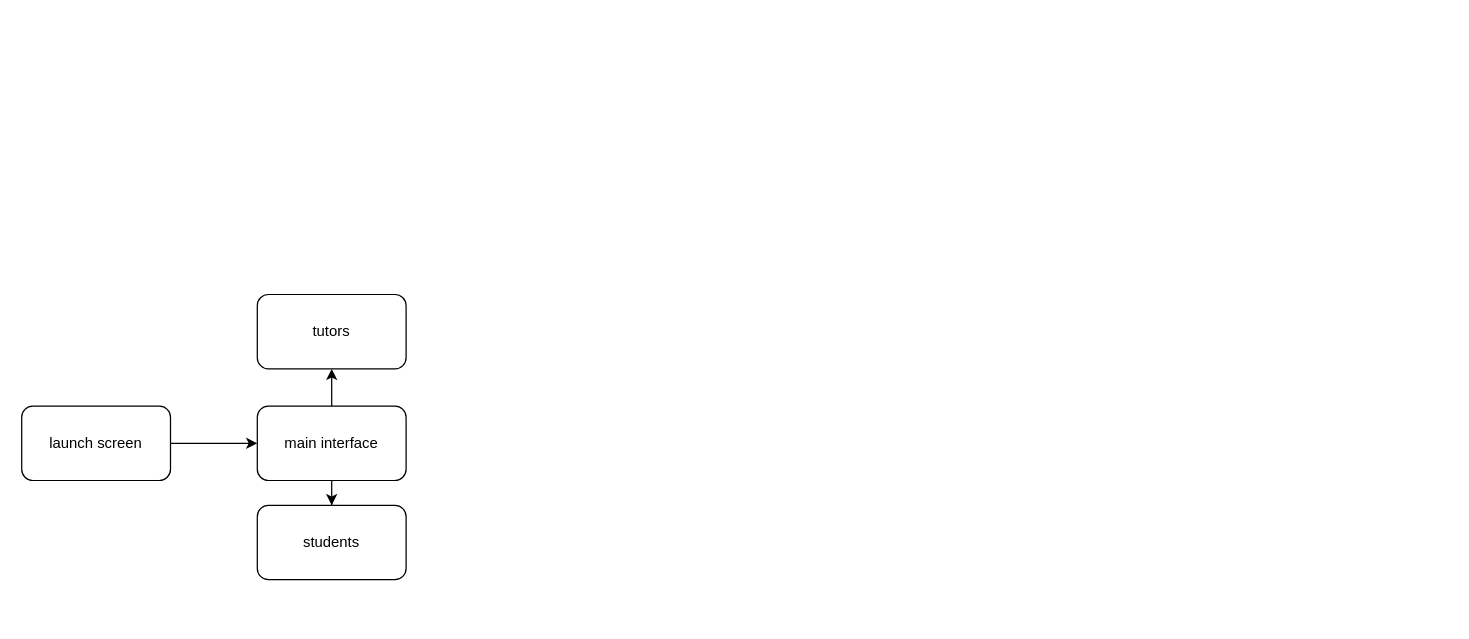
Above: Untitled Diagram.drawio in asylumexp/tutor-app (draw.io), before the change. Source tidied: cells renumbered, new cells numbered last; positions are measured from the earlier drawing's top-left corner, leaving out a move shared by most shapes. Both pictures are drawn from the tidied source at 124%, with x=0, y=0 at pixel (21, 294).
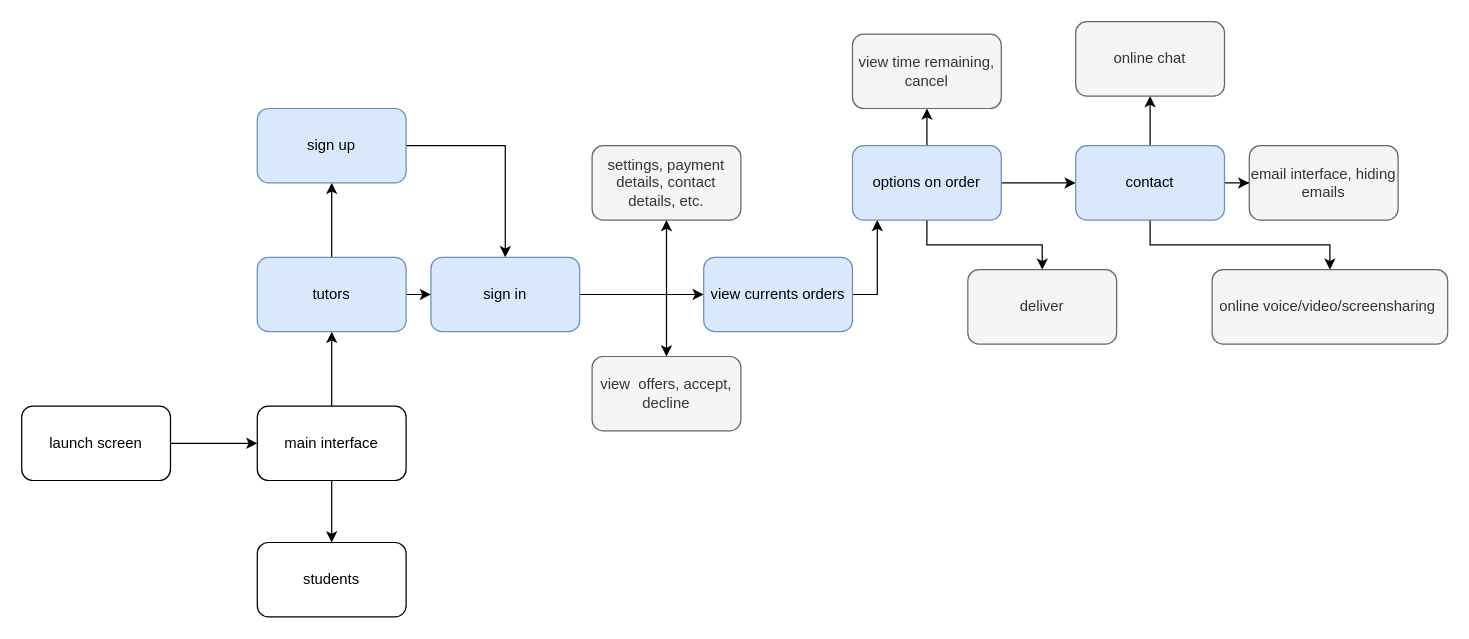
Above is the later version.

Diff of the diagram source:
```diff
@@
+    <mxCell id="9" style="edgeStyle=orthogonalEdgeStyle;rounded=0;jettySize=auto;html=1;" parent="1" edge="1" source="7" target="12">
+      <mxGeometry relative="1" as="geometry" />
+    </mxCell>
+    <mxCell id="10" style="edgeStyle=orthogonalEdgeStyle;rounded=0;jettySize=auto;html=1;" parent="1" edge="1" source="7" target="16">
+      <mxGeometry relative="1" as="geometry" />
+    </mxCell>
-    <mxCell id="7" value="tutors" style="rounded=1;whiteSpace=wrap;html=1;" parent="1" vertex="1">
-      <mxGeometry x="190" width="120" height="60" as="geometry" />
+    <mxCell id="7" value="tutors" style="rounded=1;whiteSpace=wrap;html=1;fillColor=#dae8fc;strokeColor=#6c8ebf;" parent="1" vertex="1">
+      <mxGeometry x="190" y="-30" width="120" height="60" as="geometry" />
     </mxCell>
     <mxCell id="8" value="students" style="rounded=1;whiteSpace=wrap;html=1;" parent="1" vertex="1">
-      <mxGeometry x="190" y="170" width="120" height="60" as="geometry" />
+      <mxGeometry x="190" y="200" width="120" height="60" as="geometry" />
     </mxCell>
+    <mxCell id="11" style="edgeStyle=orthogonalEdgeStyle;rounded=0;jettySize=auto;html=1;" parent="1" edge="1" source="12" target="16">
+      <mxGeometry relative="1" as="geometry" />
+    </mxCell>
+    <mxCell id="12" value="sign up&lt;br&gt;" style="rounded=1;whiteSpace=wrap;html=1;fillColor=#dae8fc;strokeColor=#6c8ebf;" parent="1" vertex="1">
+      <mxGeometry x="190" y="-150" width="120" height="60" as="geometry" />
+    </mxCell>
+    <mxCell id="13" style="edgeStyle=orthogonalEdgeStyle;rounded=0;jettySize=auto;html=1;" parent="1" edge="1" source="16" target="18">
+      <mxGeometry relative="1" as="geometry" />
+    </mxCell>
+    <mxCell id="14" style="edgeStyle=orthogonalEdgeStyle;rounded=0;jettySize=auto;html=1;" parent="1" edge="1" source="16" target="32">
+      <mxGeometry relative="1" as="geometry" />
+    </mxCell>
+    <mxCell id="15" style="edgeStyle=orthogonalEdgeStyle;rounded=0;jettySize=auto;html=1;" parent="1" edge="1" source="16" target="33">
+      <mxGeometry relative="1" as="geometry" />
+    </mxCell>
+    <mxCell id="16" value="sign in&lt;br&gt;" style="rounded=1;whiteSpace=wrap;html=1;fillColor=#dae8fc;strokeColor=#6c8ebf;" parent="1" vertex="1">
+      <mxGeometry x="330" y="-30" width="120" height="60" as="geometry" />
+    </mxCell>
+    <mxCell id="17" style="edgeStyle=orthogonalEdgeStyle;rounded=0;jettySize=auto;html=1;" parent="1" edge="1" source="18" target="22">
+      <mxGeometry relative="1" as="geometry">
+        <Array as="points">
+          <mxPoint x="690" />
+        </Array>
+      </mxGeometry>
+    </mxCell>
+    <mxCell id="18" value="view currents orders" style="rounded=1;whiteSpace=wrap;html=1;fillColor=#dae8fc;strokeColor=#6c8ebf;" parent="1" vertex="1">
+      <mxGeometry x="550" y="-30" width="120" height="60" as="geometry" />
+    </mxCell>
+    <mxCell id="19" style="edgeStyle=orthogonalEdgeStyle;rounded=0;jettySize=auto;html=1;" parent="1" edge="1" source="22" target="23">
+      <mxGeometry relative="1" as="geometry" />
+    </mxCell>
+    <mxCell id="20" style="edgeStyle=orthogonalEdgeStyle;rounded=0;jettySize=auto;html=1;" parent="1" edge="1" source="22" target="27">
+      <mxGeometry relative="1" as="geometry" />
+    </mxCell>
+    <mxCell id="21" style="edgeStyle=orthogonalEdgeStyle;rounded=0;jettySize=auto;html=1;" parent="1" edge="1" source="22" target="28">
+      <mxGeometry relative="1" as="geometry" />
+    </mxCell>
+    <mxCell id="22" value="options on order" style="rounded=1;whiteSpace=wrap;html=1;fillColor=#dae8fc;strokeColor=#6c8ebf;" parent="1" vertex="1">
+      <mxGeometry x="670" y="-120" width="120" height="60" as="geometry" />
+    </mxCell>
+    <mxCell id="23" value="view time remaining, cancel" style="rounded=1;whiteSpace=wrap;html=1;fillColor=#f5f5f5;fontColor=#333333;strokeColor=#666666;" parent="1" vertex="1">
+      <mxGeometry x="670" y="-210" width="120" height="60" as="geometry" />
+    </mxCell>
+    <mxCell id="24" style="edgeStyle=orthogonalEdgeStyle;rounded=0;jettySize=auto;html=1;" parent="1" edge="1" source="27" target="29">
+      <mxGeometry relative="1" as="geometry" />
+    </mxCell>
+    <mxCell id="25" style="edgeStyle=orthogonalEdgeStyle;rounded=0;jettySize=auto;html=1;" parent="1" edge="1" source="27" target="30">
+      <mxGeometry relative="1" as="geometry" />
+    </mxCell>
+    <mxCell id="26" style="edgeStyle=orthogonalEdgeStyle;rounded=0;jettySize=auto;html=1;" parent="1" edge="1" source="27" target="31">
+      <mxGeometry relative="1" as="geometry" />
+    </mxCell>
+    <mxCell id="27" value="contact" style="rounded=1;whiteSpace=wrap;html=1;fillColor=#dae8fc;strokeColor=#6c8ebf;" parent="1" vertex="1">
+      <mxGeometry x="850" y="-120" width="120" height="60" as="geometry" />
+    </mxCell>
+    <mxCell id="28" value="deliver" style="rounded=1;whiteSpace=wrap;html=1;fillColor=#f5f5f5;fontColor=#333333;strokeColor=#666666;" parent="1" vertex="1">
+      <mxGeometry x="763" y="-20" width="120" height="60" as="geometry" />
+    </mxCell>
+    <mxCell id="29" value="online chat" style="rounded=1;whiteSpace=wrap;html=1;fillColor=#f5f5f5;fontColor=#333333;strokeColor=#666666;" parent="1" vertex="1">
+      <mxGeometry x="850" y="-220" width="120" height="60" as="geometry" />
+    </mxCell>
+    <mxCell id="30" value="email interface, hiding emails" style="rounded=1;whiteSpace=wrap;html=1;fillColor=#f5f5f5;fontColor=#333333;strokeColor=#666666;" parent="1" vertex="1">
+      <mxGeometry x="990" y="-120" width="120" height="60" as="geometry" />
+    </mxCell>
+    <mxCell id="31" value="online voice/video/screensharing&amp;nbsp;" style="rounded=1;whiteSpace=wrap;html=1;fillColor=#f5f5f5;fontColor=#333333;strokeColor=#666666;" parent="1" vertex="1">
+      <mxGeometry x="960" y="-20" width="190" height="60" as="geometry" />
+    </mxCell>
+    <mxCell id="32" value="settings, payment details, contact details, etc." style="rounded=1;whiteSpace=wrap;html=1;fillColor=#f5f5f5;fontColor=#333333;strokeColor=#666666;" parent="1" vertex="1">
+      <mxGeometry x="460" y="-120" width="120" height="60" as="geometry" />
+    </mxCell>
+    <mxCell id="33" value="view &amp;nbsp;offers, accept, decline" style="rounded=1;whiteSpace=wrap;html=1;fillColor=#f5f5f5;fontColor=#333333;strokeColor=#666666;" parent="1" vertex="1">
+      <mxGeometry x="460" y="50" width="120" height="60" as="geometry" />
+    </mxCell>
```
